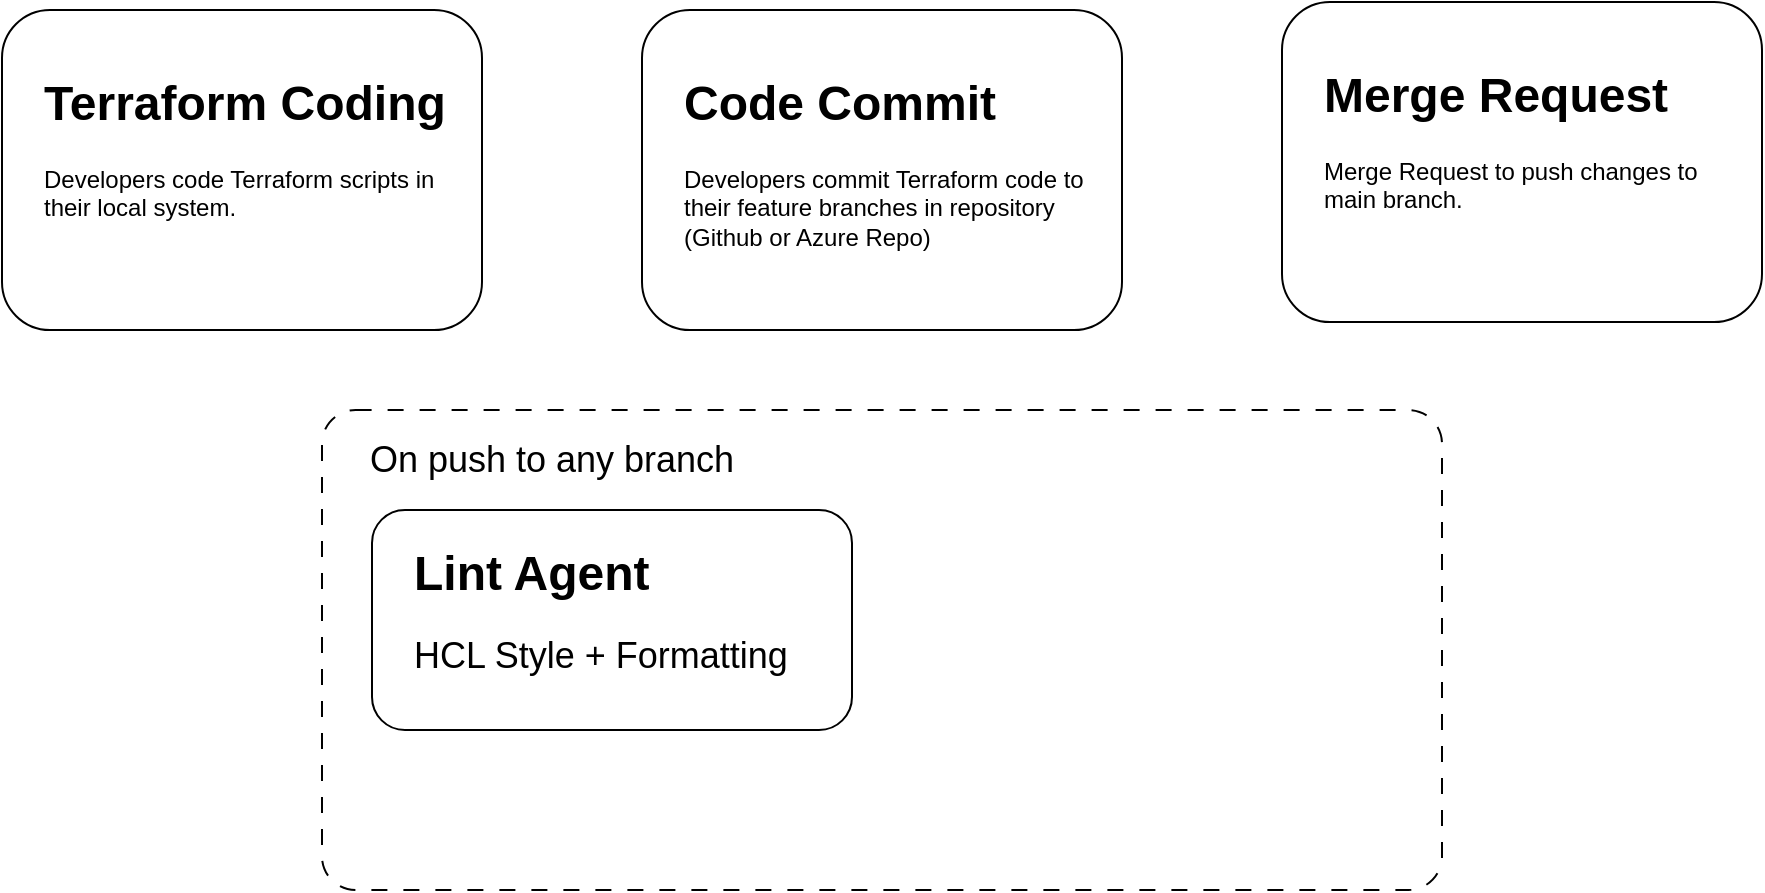
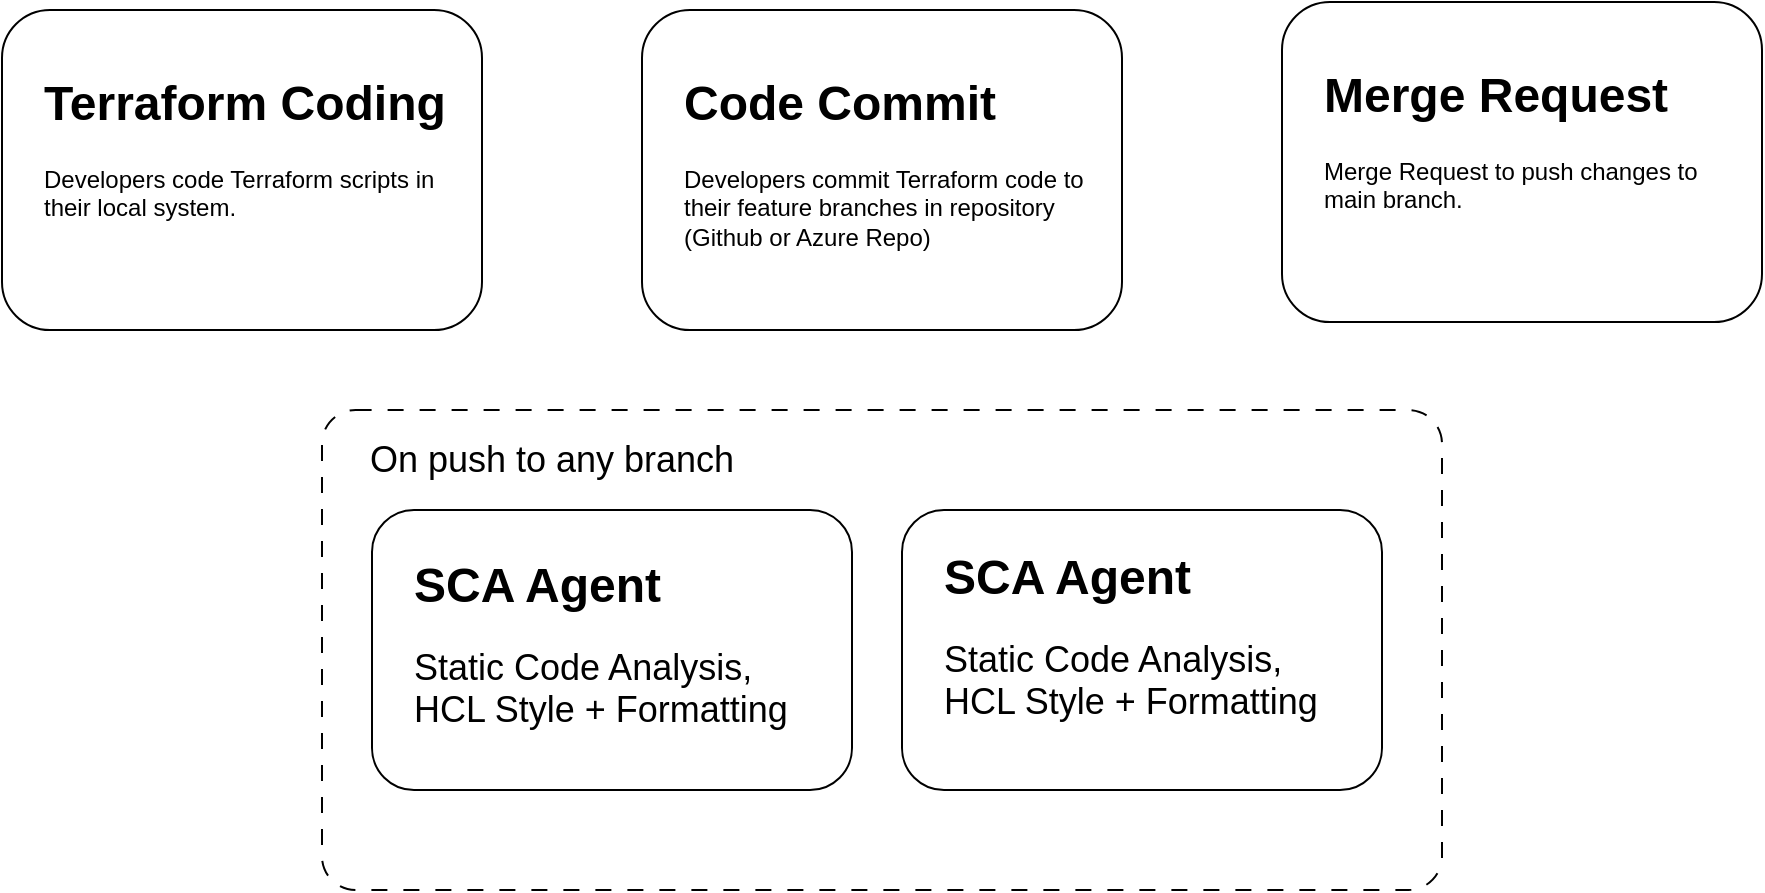
<mxfile host="app.diagrams.net">
  <diagram name="Page-1" id="llQ14HlxIDWXj9B5HY60">
    <mxGraphModel dx="1006" dy="638" grid="1" gridSize="10" guides="1" tooltips="1" connect="1" arrows="1" fold="1" page="1" pageScale="1" pageWidth="850" pageHeight="1100" math="0" shadow="0">
      <root>
        <mxCell id="0" />
        <mxCell id="1" parent="0" />
        <mxCell id="oJW8UGhNAXkty13G2p3x-1" parent="1" style="rounded=1;whiteSpace=wrap;html=1;" value="" vertex="1">
          <mxGeometry height="160" width="240" x="440" y="200" as="geometry" />
        </mxCell>
        <mxCell id="oJW8UGhNAXkty13G2p3x-3" parent="1" style="text;html=1;whiteSpace=wrap;overflow=hidden;rounded=0;" value="&lt;h1 style=&quot;margin-top: 0px;&quot;&gt;Code Commit&lt;/h1&gt;&lt;p&gt;Developers commit Terraform code to their feature branches in repository (Github or Azure Repo)&lt;/p&gt;" vertex="1">
          <mxGeometry height="100" width="210" x="459" y="226" as="geometry" />
        </mxCell>
        <mxCell id="IWc9zJM8tDhvkjJ2dRjy-1" parent="1" style="rounded=1;whiteSpace=wrap;html=1;" value="" vertex="1">
          <mxGeometry height="160" width="240" x="760" y="196" as="geometry" />
        </mxCell>
        <mxCell id="IWc9zJM8tDhvkjJ2dRjy-2" parent="1" style="text;html=1;whiteSpace=wrap;overflow=hidden;rounded=0;" value="&lt;h1 style=&quot;margin-top: 0px;&quot;&gt;Merge Request&lt;/h1&gt;&lt;p&gt;Merge Request to push changes to main branch.&lt;/p&gt;" vertex="1">
          <mxGeometry height="100" width="210" x="779" y="222" as="geometry" />
        </mxCell>
        <mxCell id="IWc9zJM8tDhvkjJ2dRjy-3" parent="1" style="rounded=1;whiteSpace=wrap;html=1;" value="" vertex="1">
          <mxGeometry height="160" width="240" x="120" y="200" as="geometry" />
        </mxCell>
        <mxCell id="IWc9zJM8tDhvkjJ2dRjy-4" parent="1" style="text;html=1;whiteSpace=wrap;overflow=hidden;rounded=0;" value="&lt;h1 style=&quot;margin-top: 0px;&quot;&gt;Terraform Coding&lt;/h1&gt;&lt;p&gt;Developers code Terraform scripts in their local system.&lt;/p&gt;" vertex="1">
          <mxGeometry height="100" width="210" x="139" y="226" as="geometry" />
        </mxCell>
        <mxCell id="IWc9zJM8tDhvkjJ2dRjy-5" parent="1" style="rounded=1;whiteSpace=wrap;html=1;arcSize=7;dashed=1;dashPattern=8 8;" value="" vertex="1">
          <mxGeometry height="240" width="560" x="280" y="400" as="geometry" />
        </mxCell>
        <mxCell id="IWc9zJM8tDhvkjJ2dRjy-6" parent="1" style="text;html=1;whiteSpace=wrap;strokeColor=none;fillColor=none;align=center;verticalAlign=middle;rounded=0;" value="&lt;font style=&quot;font-size: 18px;&quot;&gt;On push to any branch&lt;/font&gt;" vertex="1">
          <mxGeometry height="30" width="210" x="290" y="410" as="geometry" />
        </mxCell>
        <mxCell id="IWc9zJM8tDhvkjJ2dRjy-7" parent="1" style="rounded=1;whiteSpace=wrap;html=1;" value="" vertex="1">
-           <mxGeometry height="110" width="240" x="305" y="450" as="geometry" />
+           <mxGeometry height="140" width="240" x="305" y="450" as="geometry" />
        </mxCell>
-         <mxCell id="IWc9zJM8tDhvkjJ2dRjy-8" parent="1" style="text;html=1;whiteSpace=wrap;overflow=hidden;rounded=0;" value="&lt;h1 style=&quot;margin-top: 0px;&quot;&gt;Lint Agent&lt;/h1&gt;&lt;p&gt;&lt;font style=&quot;font-size: 18px;&quot;&gt;HCL Style + Formatting&lt;/font&gt;&lt;/p&gt;" vertex="1">
-           <mxGeometry height="79" width="210" x="324" y="461" as="geometry" />
+         <mxCell id="IWc9zJM8tDhvkjJ2dRjy-8" parent="1" style="text;html=1;whiteSpace=wrap;overflow=hidden;rounded=0;" value="&lt;h1 style=&quot;margin-top: 0px;&quot;&gt;SCA Agent&lt;/h1&gt;&lt;h1 style=&quot;margin-top: 0px;&quot;&gt;&lt;p style=&quot;font-size: 12px; font-weight: 400;&quot;&gt;&lt;span style=&quot;font-size: 18px;&quot;&gt;Static Code Analysis, HCL Style + Formatting&lt;/span&gt;&lt;/p&gt;&lt;/h1&gt;" vertex="1">
+           <mxGeometry height="99" width="210" x="324" y="467" as="geometry" />
+         </mxCell>
+         <mxCell id="IWc9zJM8tDhvkjJ2dRjy-9" parent="1" style="rounded=1;whiteSpace=wrap;html=1;" value="" vertex="1">
+           <mxGeometry height="140" width="240" x="570" y="450" as="geometry" />
+         </mxCell>
+         <mxCell id="IWc9zJM8tDhvkjJ2dRjy-10" parent="1" style="text;html=1;whiteSpace=wrap;overflow=hidden;rounded=0;" value="&lt;h1 style=&quot;margin-top: 0px;&quot;&gt;SCA Agent&lt;/h1&gt;&lt;p&gt;&lt;span style=&quot;font-size: 18px;&quot;&gt;Static Code Analysis, HCL Style + Formatting&lt;/span&gt;&lt;/p&gt;" vertex="1">
+           <mxGeometry height="99" width="210" x="589" y="463" as="geometry" />
        </mxCell>
      </root>
    </mxGraphModel>
  </diagram>
</mxfile>
